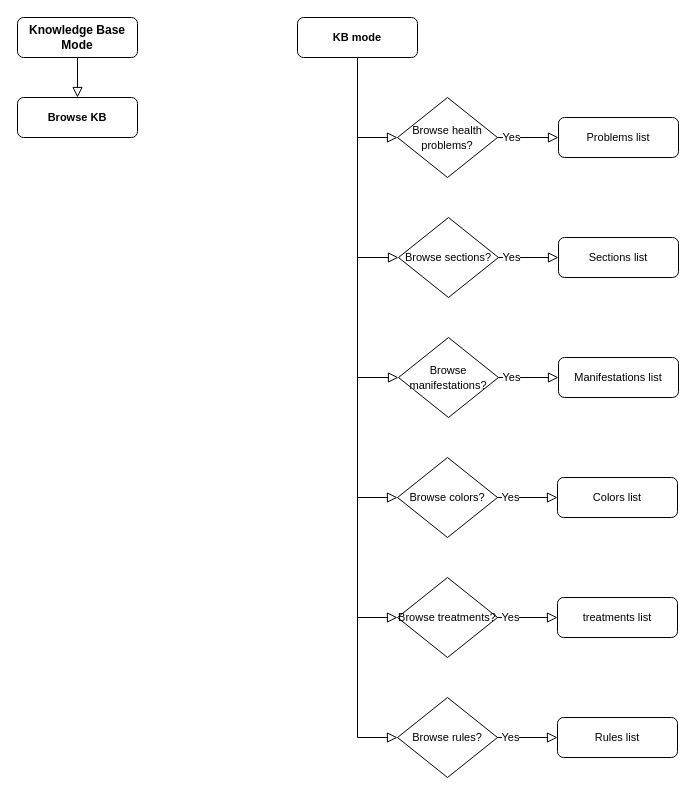
This is docs/kb_mode_rules.drawio from francescoperagine/GreMaES, a draw.io file, before an edit. Source tidied: cells renumbered, new cells numbered last; positions are measured from the earlier drawing's top-left corner, leaving out a move shared by most shapes. Both pictures are drawn from the tidied source at 100%, with x=0, y=0 at pixel (17, 17).
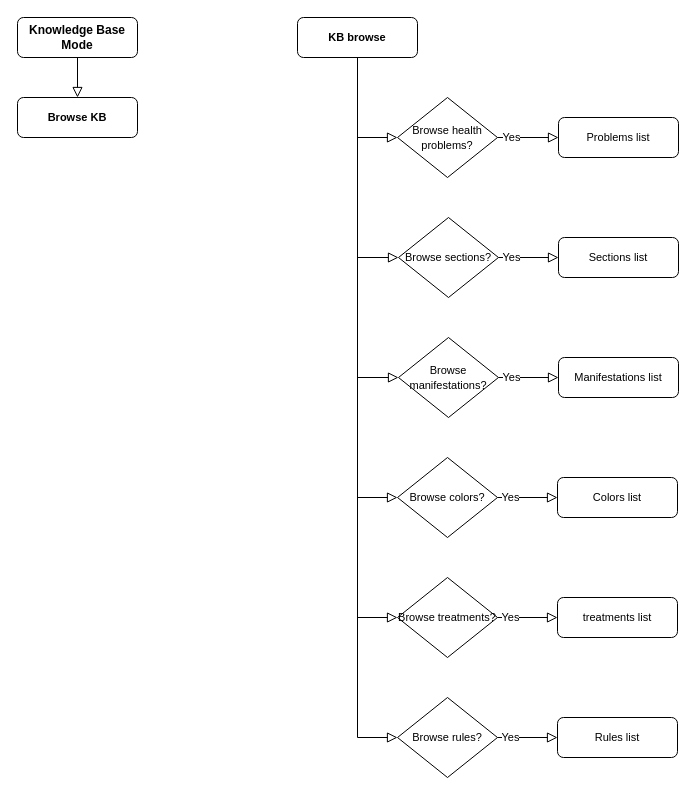
The same page after the edit.

What changed in the source:
```diff
@@
-    <mxCell id="2" value="&lt;span style=&quot;font-size: 11px;&quot;&gt;KB mode&lt;br&gt;&lt;/span&gt;" style="rounded=1;whiteSpace=wrap;html=1;fontSize=12;glass=0;strokeWidth=1;shadow=0;fontStyle=1;labelBackgroundColor=default;labelBorderColor=none;" parent="1" vertex="1">
+    <mxCell id="2" value="&lt;span style=&quot;font-size: 11px;&quot;&gt;KB browse&lt;br&gt;&lt;/span&gt;" style="rounded=1;whiteSpace=wrap;html=1;fontSize=12;glass=0;strokeWidth=1;shadow=0;fontStyle=1;labelBackgroundColor=default;labelBorderColor=none;" parent="1" vertex="1">
       <mxGeometry x="280" width="120" height="40" as="geometry" />
     </mxCell>
```
